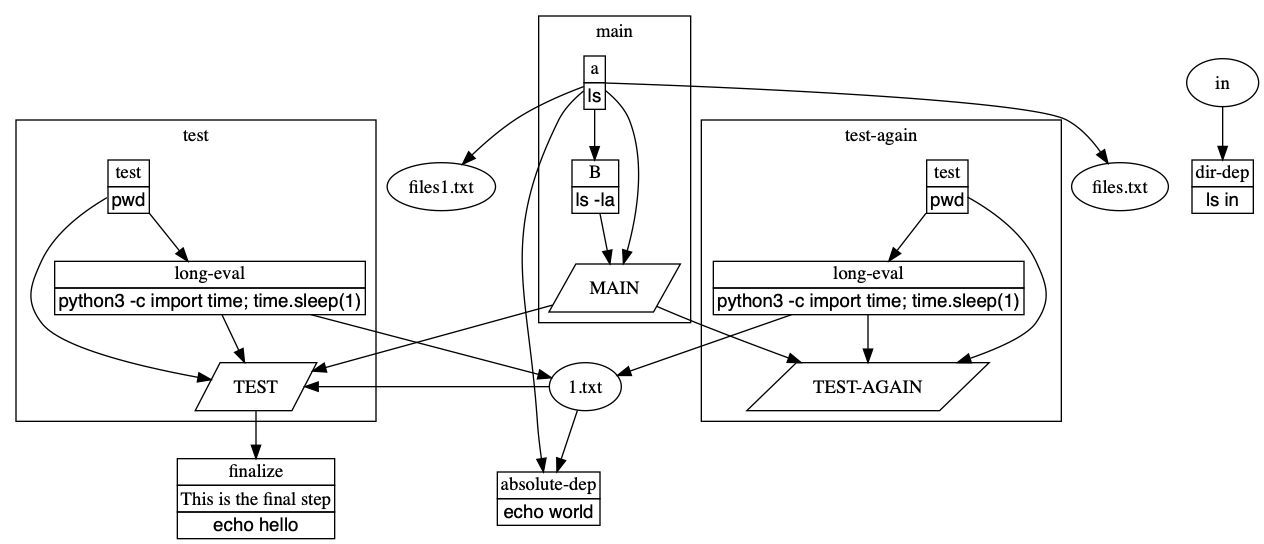
This is examples/example/graph.png from tivvit/yap, a Graphviz export, as it was before one commit. Its source is kept beside it as examples/example/graph.dot.
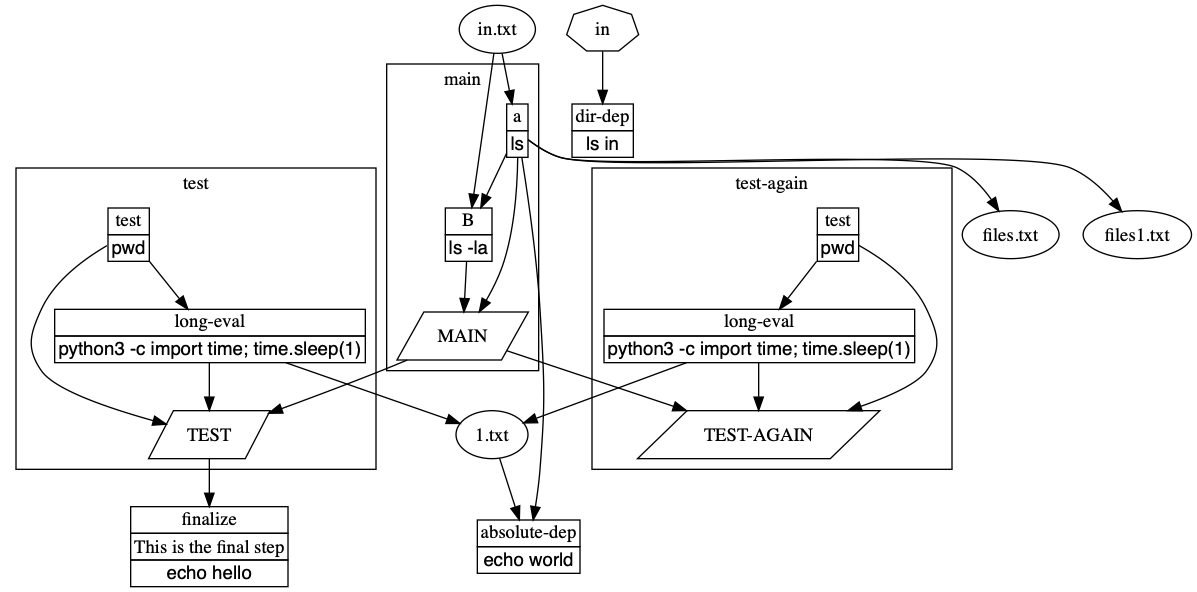
The same diagram one commit later.

The edit, as a diff of the source:
```diff
@@ -2,51 +2,53 @@
 	subgraph cluster_s0 {
 		ID = "cluster_s0";
 		label="main";
-		n5[label=<<table border="0" cellborder="1" cellspacing="0"><tr><td><b>B</b></td></tr><tr><td><font face="Courier New, Courier, monospace">ls -la</font></td></tr></table>>,shape="plain"];
-		n1[label="MAIN",shape="parallelogram"];
-		n2[label=<<table border="0" cellborder="1" cellspacing="0"><tr><td><b>a</b></td></tr><tr><td><font face="Courier New, Courier, monospace">ls</font></td></tr></table>>,shape="plain"];
+		n4[label=<<table border="0" cellborder="1" cellspacing="0"><tr><td><b>B</b></td></tr><tr><td><font face="Courier New, Courier, monospace">ls -la</font></td></tr></table>>,shape="plain"];
+		n3[label="MAIN",shape="parallelogram"];
+		n5[label=<<table border="0" cellborder="1" cellspacing="0"><tr><td><b>a</b></td></tr><tr><td><font face="Courier New, Courier, monospace">ls</font></td></tr></table>>,shape="plain"];
 
 	}subgraph cluster_s1 {
 		ID = "cluster_s1";
 		label="test";
 		n6[label="TEST",shape="parallelogram"];
-		n7[label=<<table border="0" cellborder="1" cellspacing="0"><tr><td><b>long-eval</b></td></tr><tr><td><font face="Courier New, Courier, monospace">python3 -c import time; time.sleep(1)</font></td></tr></table>>,shape="plain"];
-		n9[label=<<table border="0" cellborder="1" cellspacing="0"><tr><td><b>test</b></td></tr><tr><td><font face="Courier New, Courier, monospace">pwd</font></td></tr></table>>,shape="plain"];
+		n8[label=<<table border="0" cellborder="1" cellspacing="0"><tr><td><b>long-eval</b></td></tr><tr><td><font face="Courier New, Courier, monospace">python3 -c import time; time.sleep(1)</font></td></tr></table>>,shape="plain"];
+		n7[label=<<table border="0" cellborder="1" cellspacing="0"><tr><td><b>test</b></td></tr><tr><td><font face="Courier New, Courier, monospace">pwd</font></td></tr></table>>,shape="plain"];
 
 	}subgraph cluster_s2 {
 		ID = "cluster_s2";
 		label="test-again";
-		n10[label="TEST-AGAIN",shape="parallelogram"];
-		n12[label=<<table border="0" cellborder="1" cellspacing="0"><tr><td><b>long-eval</b></td></tr><tr><td><font face="Courier New, Courier, monospace">python3 -c import time; time.sleep(1)</font></td></tr></table>>,shape="plain"];
-		n11[label=<<table border="0" cellborder="1" cellspacing="0"><tr><td><b>test</b></td></tr><tr><td><font face="Courier New, Courier, monospace">pwd</font></td></tr></table>>,shape="plain"];
+		n9[label="TEST-AGAIN",shape="parallelogram"];
+		n11[label=<<table border="0" cellborder="1" cellspacing="0"><tr><td><b>long-eval</b></td></tr><tr><td><font face="Courier New, Courier, monospace">python3 -c import time; time.sleep(1)</font></td></tr></table>>,shape="plain"];
+		n10[label=<<table border="0" cellborder="1" cellspacing="0"><tr><td><b>test</b></td></tr><tr><td><font face="Courier New, Courier, monospace">pwd</font></td></tr></table>>,shape="plain"];
 
 	}
-	n8[label="1.txt"];
-	n14[label=<<table border="0" cellborder="1" cellspacing="0"><tr><td><b>absolute-dep</b></td></tr><tr><td><font face="Courier New, Courier, monospace">echo world</font></td></tr></table>>,shape="plain"];
-	n15[label=<<table border="0" cellborder="1" cellspacing="0"><tr><td><b>dir-dep</b></td></tr><tr><td><font face="Courier New, Courier, monospace">ls in</font></td></tr></table>>,shape="plain"];
-	n3[label="files.txt"];
-	n4[label="files1.txt"];
-	n13[label=<<table border="0" cellborder="1" cellspacing="0"><tr><td><b>finalize</b></td></tr><tr><td>This is the final step</td></tr><tr><td><font face="Courier New, Courier, monospace">echo hello</font></td></tr></table>>,shape="plain"];
-	n16[label="in"];
+	n13[label="1.txt",shape="oval"];
+	n1[label=<<table border="0" cellborder="1" cellspacing="0"><tr><td><b>absolute-dep</b></td></tr><tr><td><font face="Courier New, Courier, monospace">echo world</font></td></tr></table>>,shape="plain"];
+	n2[label=<<table border="0" cellborder="1" cellspacing="0"><tr><td><b>dir-dep</b></td></tr><tr><td><font face="Courier New, Courier, monospace">ls in</font></td></tr></table>>,shape="plain"];
+	n16[label="files.txt",shape="oval"];
+	n17[label="files1.txt",shape="oval"];
+	n12[label=<<table border="0" cellborder="1" cellspacing="0"><tr><td><b>finalize</b></td></tr><tr><td>This is the final step</td></tr><tr><td><font face="Courier New, Courier, monospace">echo hello</font></td></tr></table>>,shape="plain"];
+	n14[label="in",shape="septagon"];
+	n15[label="in.txt",shape="oval"];
+	n13->n1;
+	n4->n3;
+	n3->n9;
+	n3->n6;
+	n6->n12;
+	n5->n1;
+	n5->n4;
+	n5->n16;
+	n5->n17;
+	n5->n3;
+	n14->n2;
+	n15->n4;
+	n15->n5;
+	n11->n13;
+	n8->n13;
 	n8->n6;
-	n8->n14;
-	n5->n1;
-	n1->n6;
-	n1->n10;
-	n6->n13;
-	n2->n14;
-	n2->n5;
-	n2->n1;
-	n2->n3;
-	n2->n4;
-	n16->n15;
+	n11->n9;
+	n10->n11;
+	n7->n8;
 	n7->n6;
-	n7->n8;
-	n12->n10;
-	n12->n8;
-	n11->n12;
-	n9->n7;
-	n9->n6;
-	n11->n10;
+	n10->n9;
 
 }
```
